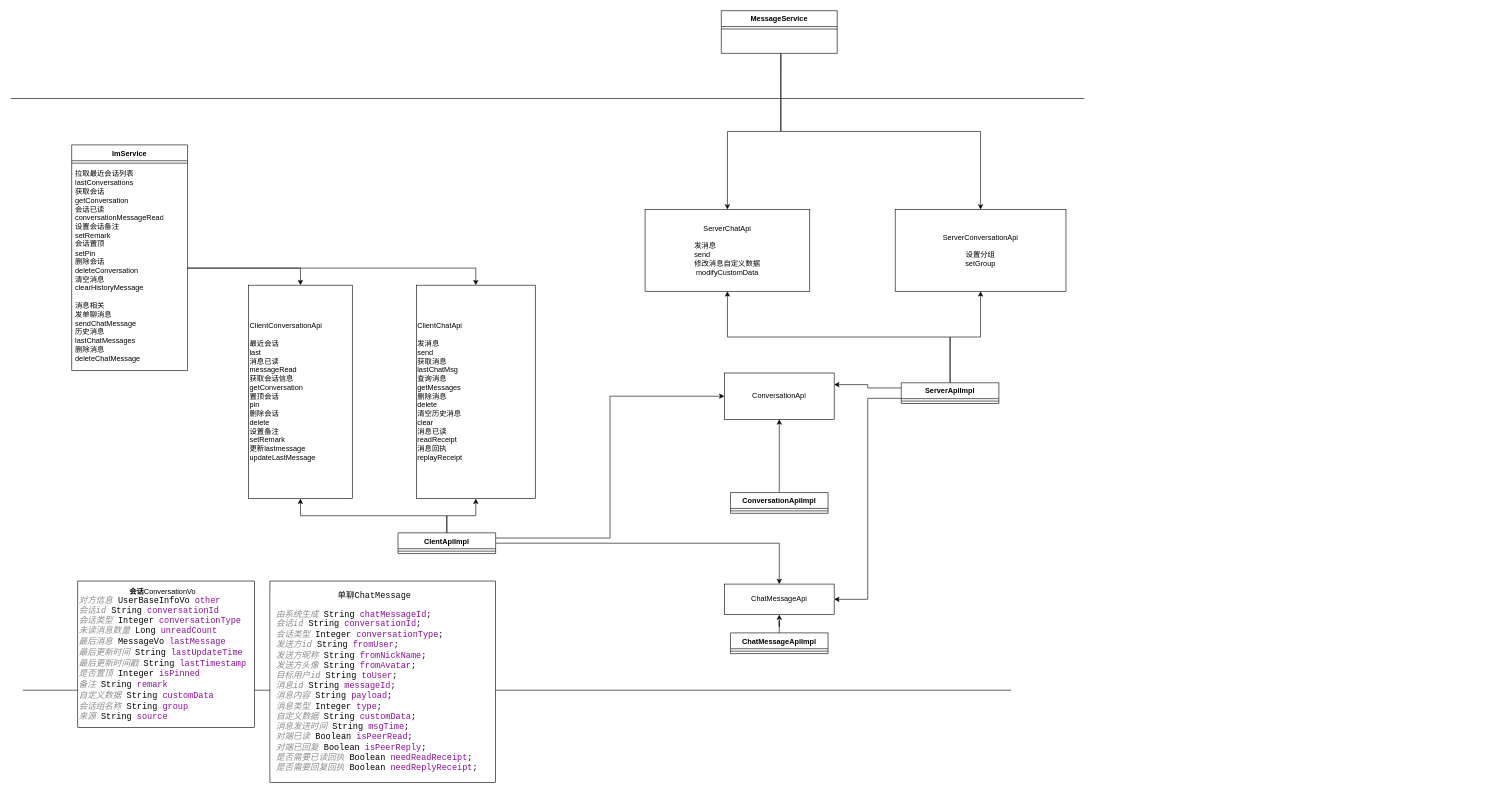
Earlier version of the draw.io diagram page "服务端类图" (2 of 2) of im-flow.drawio (LuckFirefly015/sjy). Source tidied: cells renumbered, new cells numbered last; positions are measured from the earlier drawing's top-left corner, leaving out a move shared by most shapes. Both pictures are drawn from the tidied source at 61%, with x=0, y=0 at pixel (10, 10).
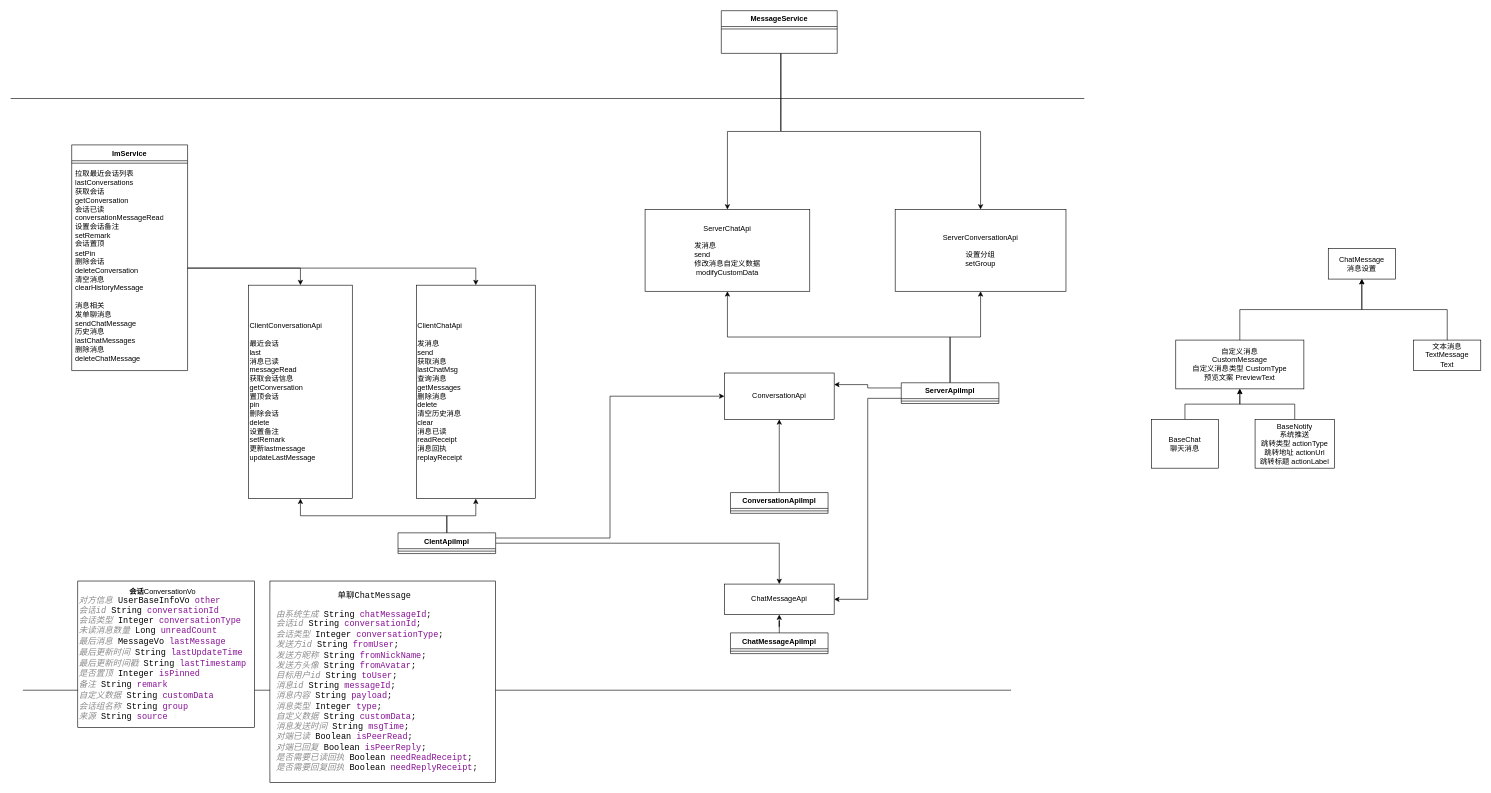
Above is the later version.

Diff of the diagram source:
```diff
@@
+    <mxCell id="40" style="edgeStyle=orthogonalEdgeStyle;rounded=0;jettySize=auto;html=1;exitX=0.5;exitY=0;exitDx=0;exitDy=0;" parent="1" edge="1" source="41" target="44">
+      <mxGeometry relative="1" as="geometry" />
+    </mxCell>
+    <mxCell id="41" value="自定义消息&lt;br&gt;CustomMessage&lt;br&gt;自定义消息类型 CustomType&lt;br&gt;预览文案 PreviewText" style="html=1;whiteSpace=wrap;" parent="1" vertex="1">
+      <mxGeometry x="1910" y="540" width="210" height="80" as="geometry" />
+    </mxCell>
+    <mxCell id="42" style="edgeStyle=orthogonalEdgeStyle;rounded=0;jettySize=auto;html=1;exitX=0.5;exitY=0;exitDx=0;exitDy=0;entryX=0.5;entryY=1;entryDx=0;entryDy=0;" parent="1" edge="1" source="43" target="44">
+      <mxGeometry relative="1" as="geometry" />
+    </mxCell>
+    <mxCell id="43" value="文本消息&lt;br&gt;TextMessage&lt;br&gt;Text" style="html=1;whiteSpace=wrap;" parent="1" vertex="1">
+      <mxGeometry x="2300" y="540" width="110" height="50" as="geometry" />
+    </mxCell>
+    <mxCell id="44" value="ChatMessage&lt;br&gt;消息设置" style="html=1;whiteSpace=wrap;" parent="1" vertex="1">
+      <mxGeometry x="2160" y="390" width="110" height="50" as="geometry" />
+    </mxCell>
+    <mxCell id="45" style="edgeStyle=orthogonalEdgeStyle;rounded=0;jettySize=auto;html=1;exitX=0.5;exitY=0;exitDx=0;exitDy=0;entryX=0.5;entryY=1;entryDx=0;entryDy=0;" parent="1" edge="1" source="46" target="41">
+      <mxGeometry relative="1" as="geometry" />
+    </mxCell>
+    <mxCell id="46" value="BaseChat&lt;br&gt;聊天消息" style="html=1;whiteSpace=wrap;" parent="1" vertex="1">
+      <mxGeometry x="1870" y="670" width="110" height="80" as="geometry" />
+    </mxCell>
+    <mxCell id="47" style="edgeStyle=orthogonalEdgeStyle;rounded=0;jettySize=auto;html=1;exitX=0.5;exitY=0;exitDx=0;exitDy=0;entryX=0.5;entryY=1;entryDx=0;entryDy=0;" parent="1" edge="1" source="48" target="41">
+      <mxGeometry relative="1" as="geometry" />
+    </mxCell>
+    <mxCell id="48" value="BaseNotify&lt;br&gt;系统推送&lt;br&gt;跳转类型 actionType&lt;br&gt;跳转地址 actionUrl&lt;br&gt;跳转标题 actionLabel" style="html=1;whiteSpace=wrap;" parent="1" vertex="1">
+      <mxGeometry x="2040" y="670" width="130" height="80" as="geometry" />
+    </mxCell>
```
